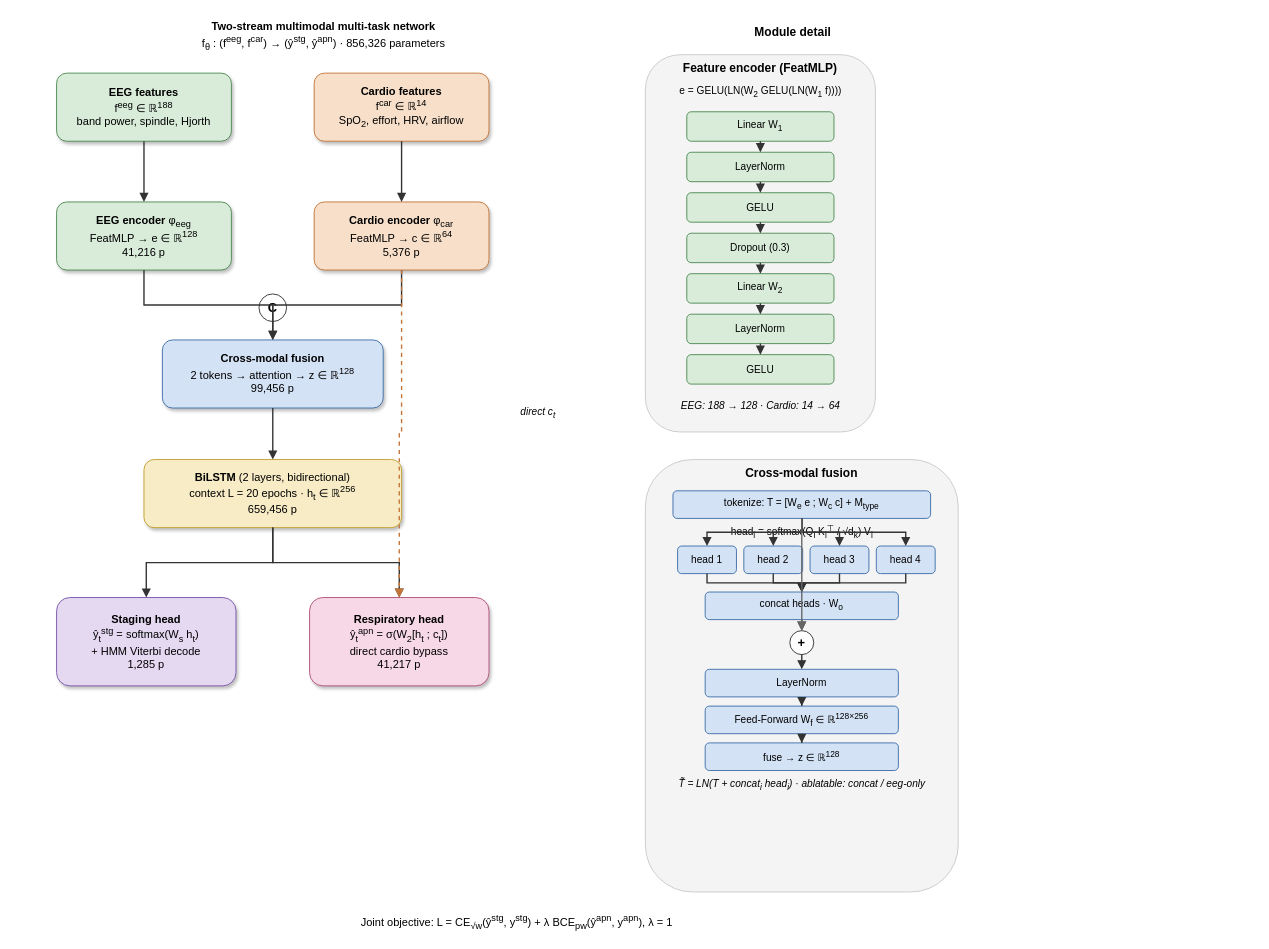
Before: MMNet_research/figures/mm_architecture.drawio in wshuv-o/isleeps-sleep-staging, a draw.io diagram. Source tidied: cells renumbered, new cells numbered last; positions are measured from the earlier drawing's top-left corner, leaving out a move shared by most shapes. Both pictures are drawn from the tidied source at 92%, with x=0, y=0 at pixel (38, 16).
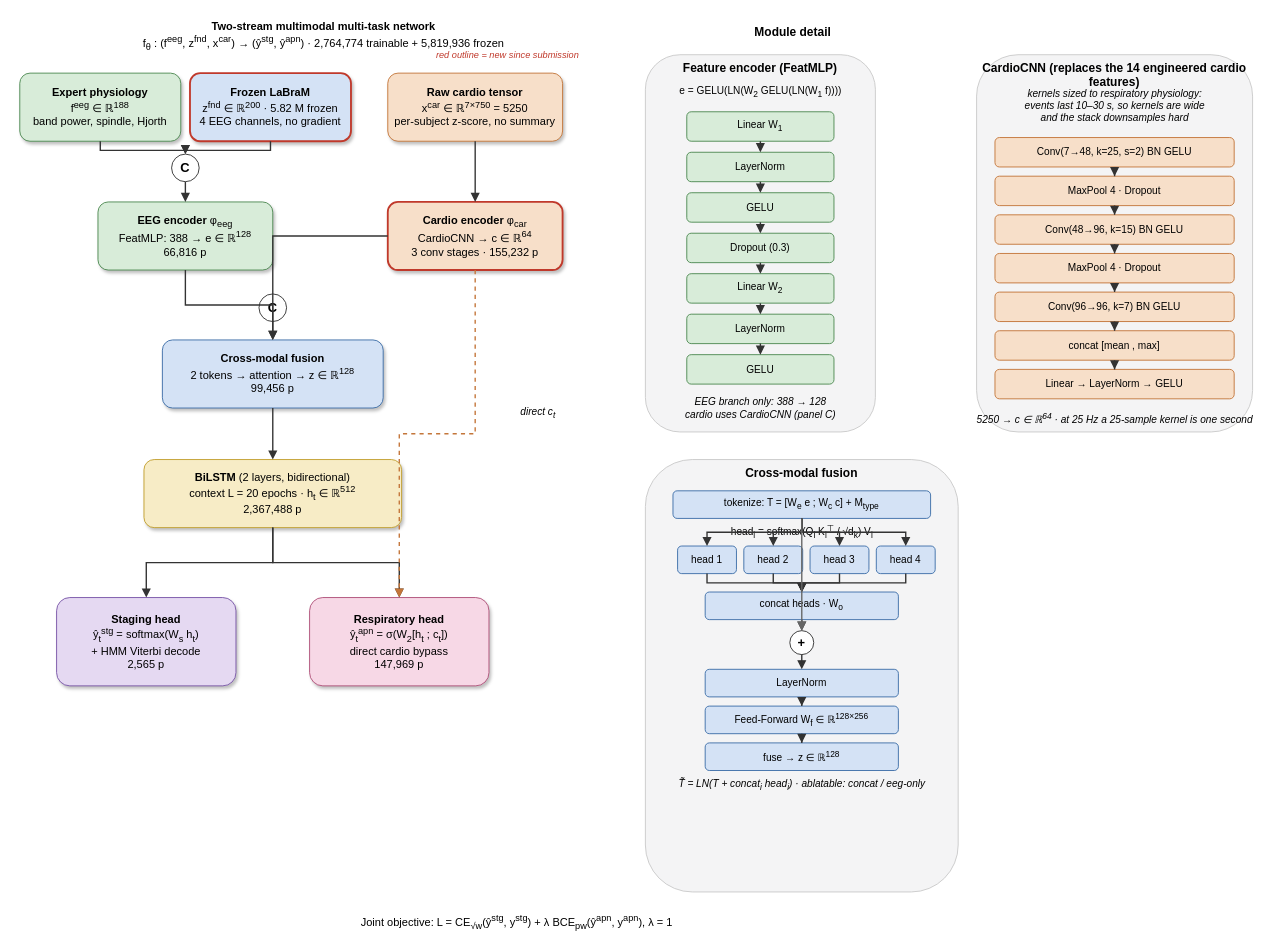
The same page after the edit.

Change to the diagram source:
```diff
@@
-    <mxCell id="2" value="&lt;b&gt;Two-stream multimodal multi-task network&lt;/b&gt;&lt;br&gt;f&lt;sub&gt;θ&lt;/sub&gt; : (f&lt;sup&gt;eeg&lt;/sup&gt;, f&lt;sup&gt;car&lt;/sup&gt;) → (ŷ&lt;sup&gt;stg&lt;/sup&gt;, ŷ&lt;sup&gt;apn&lt;/sup&gt;)   ·   856,326 parameters" style="text;html=1;align=center;verticalAlign=middle;fontSize=12;" parent="1" vertex="1">
+    <mxCell id="2" value="&lt;b&gt;Two-stream multimodal multi-task network&lt;/b&gt;&lt;br&gt;f&lt;sub&gt;θ&lt;/sub&gt; : (f&lt;sup&gt;eeg&lt;/sup&gt;, z&lt;sup&gt;fnd&lt;/sup&gt;, x&lt;sup&gt;car&lt;/sup&gt;) → (ŷ&lt;sup&gt;stg&lt;/sup&gt;, ŷ&lt;sup&gt;apn&lt;/sup&gt;)   ·   2,764,774 trainable + 5,819,936 frozen" style="text;html=1;align=center;verticalAlign=middle;fontSize=12;" parent="1" vertex="1">
       <mxGeometry width="620" height="44" as="geometry" />
     </mxCell>
+    <mxCell id="65" value="&lt;i&gt;&lt;font color=&quot;#C0392B&quot;&gt;red outline = new since submission&lt;/font&gt;&lt;/i&gt;" style="text;html=1;align=center;verticalAlign=middle;fontSize=10;" parent="1" vertex="1">
+      <mxGeometry x="380" y="32" width="260" height="20" as="geometry" />
+    </mxCell>
-    <mxCell id="3" value="&lt;b&gt;EEG features&lt;/b&gt;&lt;br&gt;f&lt;sup&gt;eeg&lt;/sup&gt; ∈ ℝ&lt;sup&gt;188&lt;/sup&gt;&lt;br&gt;band power, spindle, Hjorth" style="rounded=1;whiteSpace=wrap;html=1;fillColor=#D8ECD9;strokeColor=#4E8A52;fontSize=12;spacing=4;shadow=1;" parent="1" vertex="1">
-      <mxGeometry x="20" y="62" width="190" height="74" as="geometry" />
+    <mxCell id="3" value="&lt;b&gt;Expert physiology&lt;/b&gt;&lt;br&gt;f&lt;sup&gt;eeg&lt;/sup&gt; ∈ ℝ&lt;sup&gt;188&lt;/sup&gt;&lt;br&gt;band power, spindle, Hjorth" style="rounded=1;whiteSpace=wrap;html=1;fillColor=#D8ECD9;strokeColor=#4E8A52;fontSize=12;spacing=4;shadow=1;" parent="1" vertex="1">
+      <mxGeometry x="-20" y="62" width="175" height="74" as="geometry" />
     </mxCell>
+    <mxCell id="66" value="&lt;b&gt;Frozen LaBraM&lt;/b&gt;&lt;br&gt;z&lt;sup&gt;fnd&lt;/sup&gt; ∈ ℝ&lt;sup&gt;200&lt;/sup&gt; · 5.82 M frozen&lt;br&gt;4 EEG channels, no gradient" style="rounded=1;whiteSpace=wrap;html=1;fillColor=#D4E2F5;strokeColor=#C0392B;fontSize=12;spacing=4;shadow=1;strokeWidth=2;" parent="1" vertex="1">
+      <mxGeometry x="165" y="62" width="175" height="74" as="geometry" />
+    </mxCell>
-    <mxCell id="4" value="&lt;b&gt;Cardio features&lt;/b&gt;&lt;br&gt;f&lt;sup&gt;car&lt;/sup&gt; ∈ ℝ&lt;sup&gt;14&lt;/sup&gt;&lt;br&gt;SpO&lt;sub&gt;2&lt;/sub&gt;, effort, HRV, airflow" style="rounded=1;whiteSpace=wrap;html=1;fillColor=#F7DFC9;strokeColor=#C4763A;fontSize=12;spacing=4;shadow=1;" parent="1" vertex="1">
-      <mxGeometry x="300" y="62" width="190" height="74" as="geometry" />
+    <mxCell id="4" value="&lt;b&gt;Raw cardio tensor&lt;/b&gt;&lt;br&gt;x&lt;sup&gt;car&lt;/sup&gt; ∈ ℝ&lt;sup&gt;7×750&lt;/sup&gt; = 5250&lt;br&gt;per-subject z-score, no summary" style="rounded=1;whiteSpace=wrap;html=1;fillColor=#F7DFC9;strokeColor=#C4763A;fontSize=12;spacing=4;shadow=1;" parent="1" vertex="1">
+      <mxGeometry x="380" y="62" width="190" height="74" as="geometry" />
     </mxCell>
+    <mxCell id="67" value="C" style="ellipse;whiteSpace=wrap;html=1;fillColor=#FFFFFF;strokeColor=#333333;fontSize=14;fontStyle=1;" parent="1" vertex="1">
+      <mxGeometry x="145" y="150" width="30" height="30" as="geometry" />
+    </mxCell>
-    <mxCell id="5" value="&lt;b&gt;EEG encoder&lt;/b&gt;  φ&lt;sub&gt;eeg&lt;/sub&gt;&lt;br&gt;FeatMLP → e ∈ ℝ&lt;sup&gt;128&lt;/sup&gt;&lt;br&gt;41,216 p" style="rounded=1;whiteSpace=wrap;html=1;fillColor=#D8ECD9;strokeColor=#4E8A52;fontSize=12;spacing=4;shadow=1;" parent="1" vertex="1">
-      <mxGeometry x="20" y="202" width="190" height="74" as="geometry" />
+    <mxCell id="5" value="&lt;b&gt;EEG encoder&lt;/b&gt;  φ&lt;sub&gt;eeg&lt;/sub&gt;&lt;br&gt;FeatMLP: 388 → e ∈ ℝ&lt;sup&gt;128&lt;/sup&gt;&lt;br&gt;66,816 p" style="rounded=1;whiteSpace=wrap;html=1;fillColor=#D8ECD9;strokeColor=#4E8A52;fontSize=12;spacing=4;shadow=1;" parent="1" vertex="1">
+      <mxGeometry x="65" y="202" width="190" height="74" as="geometry" />
     </mxCell>
-    <mxCell id="6" value="&lt;b&gt;Cardio encoder&lt;/b&gt;  φ&lt;sub&gt;car&lt;/sub&gt;&lt;br&gt;FeatMLP → c ∈ ℝ&lt;sup&gt;64&lt;/sup&gt;&lt;br&gt;5,376 p" style="rounded=1;whiteSpace=wrap;html=1;fillColor=#F7DFC9;strokeColor=#C4763A;fontSize=12;spacing=4;shadow=1;" parent="1" vertex="1">
-      <mxGeometry x="300" y="202" width="190" height="74" as="geometry" />
+    <mxCell id="6" value="&lt;b&gt;Cardio encoder&lt;/b&gt;  φ&lt;sub&gt;car&lt;/sub&gt;&lt;br&gt;CardioCNN → c ∈ ℝ&lt;sup&gt;64&lt;/sup&gt;&lt;br&gt;3 conv stages · 155,232 p" style="rounded=1;whiteSpace=wrap;html=1;fillColor=#F7DFC9;strokeColor=#C0392B;fontSize=12;spacing=4;shadow=1;strokeWidth=2;" parent="1" vertex="1">
+      <mxGeometry x="380" y="202" width="190" height="74" as="geometry" />
     </mxCell>
@@
-    <mxCell id="9" value="&lt;b&gt;BiLSTM&lt;/b&gt;  (2 layers, bidirectional)&lt;br&gt;context L = 20 epochs · h&lt;sub&gt;t&lt;/sub&gt; ∈ ℝ&lt;sup&gt;256&lt;/sup&gt;&lt;br&gt;659,456 p" style="rounded=1;whiteSpace=wrap;html=1;fillColor=#F7ECC6;strokeColor=#C2A02F;fontSize=12;spacing=4;shadow=1;" parent="1" vertex="1">
+    <mxCell id="9" value="&lt;b&gt;BiLSTM&lt;/b&gt;  (2 layers, bidirectional)&lt;br&gt;context L = 20 epochs · h&lt;sub&gt;t&lt;/sub&gt; ∈ ℝ&lt;sup&gt;512&lt;/sup&gt;&lt;br&gt;2,367,488 p" style="rounded=1;whiteSpace=wrap;html=1;fillColor=#F7ECC6;strokeColor=#C2A02F;fontSize=12;spacing=4;shadow=1;" parent="1" vertex="1">
       <mxGeometry x="115" y="482" width="280" height="74" as="geometry" />
     </mxCell>
-    <mxCell id="10" value="&lt;b&gt;Staging head&lt;/b&gt;&lt;br&gt;ŷ&lt;sub&gt;t&lt;/sub&gt;&lt;sup&gt;stg&lt;/sup&gt; = softmax(W&lt;sub&gt;s&lt;/sub&gt; h&lt;sub&gt;t&lt;/sub&gt;)&lt;br&gt;+ HMM Viterbi decode&lt;br&gt;1,285 p" style="rounded=1;whiteSpace=wrap;html=1;fillColor=#E5D9F2;strokeColor=#7A57A8;fontSize=12;spacing=4;shadow=1;" parent="1" vertex="1">
+    <mxCell id="10" value="&lt;b&gt;Staging head&lt;/b&gt;&lt;br&gt;ŷ&lt;sub&gt;t&lt;/sub&gt;&lt;sup&gt;stg&lt;/sup&gt; = softmax(W&lt;sub&gt;s&lt;/sub&gt; h&lt;sub&gt;t&lt;/sub&gt;)&lt;br&gt;+ HMM Viterbi decode&lt;br&gt;2,565 p" style="rounded=1;whiteSpace=wrap;html=1;fillColor=#E5D9F2;strokeColor=#7A57A8;fontSize=12;spacing=4;shadow=1;" parent="1" vertex="1">
       <mxGeometry x="20" y="632" width="195" height="96" as="geometry" />
     </mxCell>
-    <mxCell id="11" value="&lt;b&gt;Respiratory head&lt;/b&gt;&lt;br&gt;ŷ&lt;sub&gt;t&lt;/sub&gt;&lt;sup&gt;apn&lt;/sup&gt; = σ(W&lt;sub&gt;2&lt;/sub&gt;[h&lt;sub&gt;t&lt;/sub&gt; ; c&lt;sub&gt;t&lt;/sub&gt;])&lt;br&gt;direct cardio bypass&lt;br&gt;41,217 p" style="rounded=1;whiteSpace=wrap;html=1;fillColor=#F7D8E6;strokeColor=#B0517A;fontSize=12;spacing=4;shadow=1;" parent="1" vertex="1">
+    <mxCell id="11" value="&lt;b&gt;Respiratory head&lt;/b&gt;&lt;br&gt;ŷ&lt;sub&gt;t&lt;/sub&gt;&lt;sup&gt;apn&lt;/sup&gt; = σ(W&lt;sub&gt;2&lt;/sub&gt;[h&lt;sub&gt;t&lt;/sub&gt; ; c&lt;sub&gt;t&lt;/sub&gt;])&lt;br&gt;direct cardio bypass&lt;br&gt;147,969 p" style="rounded=1;whiteSpace=wrap;html=1;fillColor=#F7D8E6;strokeColor=#B0517A;fontSize=12;spacing=4;shadow=1;" parent="1" vertex="1">
       <mxGeometry x="295" y="632" width="195" height="96" as="geometry" />
     </mxCell>
+    <mxCell id="68" style="edgeStyle=orthogonalEdgeStyle;rounded=0;html=1;endArrow=block;strokeColor=#333333;strokeWidth=1.5;" parent="1" edge="1" source="3" target="67">
+      <mxGeometry relative="1" as="geometry" />
+    </mxCell>
+    <mxCell id="69" style="edgeStyle=orthogonalEdgeStyle;rounded=0;html=1;endArrow=block;strokeColor=#333333;strokeWidth=1.5;" parent="1" edge="1" source="66" target="67">
+      <mxGeometry relative="1" as="geometry" />
+    </mxCell>
-    <mxCell id="12" style="edgeStyle=orthogonalEdgeStyle;rounded=0;html=1;endArrow=block;strokeColor=#333333;strokeWidth=1.5;" parent="1" edge="1" source="3" target="5">
+    <mxCell id="12" style="edgeStyle=orthogonalEdgeStyle;rounded=0;html=1;endArrow=block;strokeColor=#333333;strokeWidth=1.5;" parent="1" edge="1" source="67" target="5">
       <mxGeometry relative="1" as="geometry" />
     </mxCell>
@@
-    <mxCell id="37" value="&lt;i&gt;EEG: 188 → 128   ·   Cardio: 14 → 64&lt;/i&gt;" style="text;html=1;align=center;verticalAlign=middle;fontSize=11;" parent="1" vertex="1">
-      <mxGeometry x="670" y="414" width="230" height="20" as="geometry" />
+    <mxCell id="37" value="&lt;i&gt;EEG branch only: 388 → 128&lt;br&gt;cardio uses CardioCNN (panel C)&lt;/i&gt;" style="text;html=1;align=center;verticalAlign=middle;fontSize=11;" parent="1" vertex="1">
+      <mxGeometry x="670" y="410" width="230" height="32" as="geometry" />
     </mxCell>
@@
+    <mxCell id="70" value="CardioCNN  (replaces the 14 engineered cardio features)" style="rounded=1;whiteSpace=wrap;html=1;fillColor=#F4F4F5;strokeColor=#CACACA;verticalAlign=top;fontStyle=1;fontSize=13;" parent="1" vertex="1">
+      <mxGeometry x="1020" y="42" width="300" height="410" as="geometry" />
+    </mxCell>
+    <mxCell id="71" value="&lt;i&gt;kernels sized to respiratory physiology:&lt;br&gt;events last 10–30 s, so kernels are wide&lt;br&gt;and the stack downsamples hard&lt;/i&gt;" style="text;html=1;align=center;verticalAlign=middle;fontSize=11;" parent="1" vertex="1">
+      <mxGeometry x="1030" y="74" width="280" height="46" as="geometry" />
+    </mxCell>
+    <mxCell id="72" value="Conv(7→48, k=25, s=2)  BN  GELU" style="rounded=1;whiteSpace=wrap;html=1;fillColor=#F7DFC9;strokeColor=#C4763A;fontSize=11;spacing=3;" parent="1" vertex="1">
+      <mxGeometry x="1040" y="132" width="260" height="32" as="geometry" />
+    </mxCell>
+    <mxCell id="73" value="MaxPool 4  ·  Dropout" style="rounded=1;whiteSpace=wrap;html=1;fillColor=#F7DFC9;strokeColor=#C4763A;fontSize=11;spacing=3;" parent="1" vertex="1">
+      <mxGeometry x="1040" y="174" width="260" height="32" as="geometry" />
+    </mxCell>
+    <mxCell id="74" value="Conv(48→96, k=15)  BN  GELU" style="rounded=1;whiteSpace=wrap;html=1;fillColor=#F7DFC9;strokeColor=#C4763A;fontSize=11;spacing=3;" parent="1" vertex="1">
+      <mxGeometry x="1040" y="216" width="260" height="32" as="geometry" />
+    </mxCell>
+    <mxCell id="75" value="MaxPool 4  ·  Dropout" style="rounded=1;whiteSpace=wrap;html=1;fillColor=#F7DFC9;strokeColor=#C4763A;fontSize=11;spacing=3;" parent="1" vertex="1">
+      <mxGeometry x="1040" y="258" width="260" height="32" as="geometry" />
+    </mxCell>
+    <mxCell id="76" value="Conv(96→96, k=7)  BN  GELU" style="rounded=1;whiteSpace=wrap;html=1;fillColor=#F7DFC9;strokeColor=#C4763A;fontSize=11;spacing=3;" parent="1" vertex="1">
+      <mxGeometry x="1040" y="300" width="260" height="32" as="geometry" />
+    </mxCell>
+    <mxCell id="77" value="concat [mean , max]" style="rounded=1;whiteSpace=wrap;html=1;fillColor=#F7DFC9;strokeColor=#C4763A;fontSize=11;spacing=3;" parent="1" vertex="1">
+      <mxGeometry x="1040" y="342" width="260" height="32" as="geometry" />
+    </mxCell>
+    <mxCell id="78" value="Linear → LayerNorm → GELU" style="rounded=1;whiteSpace=wrap;html=1;fillColor=#F7DFC9;strokeColor=#C4763A;fontSize=11;spacing=3;" parent="1" vertex="1">
+      <mxGeometry x="1040" y="384" width="260" height="32" as="geometry" />
+    </mxCell>
+    <mxCell id="79" style="edgeStyle=orthogonalEdgeStyle;rounded=0;html=1;endArrow=block;strokeColor=#333333;strokeWidth=1.5;" parent="1" edge="1" source="72" target="73">
+      <mxGeometry relative="1" as="geometry" />
+    </mxCell>
+    <mxCell id="80" style="edgeStyle=orthogonalEdgeStyle;rounded=0;html=1;endArrow=block;strokeColor=#333333;strokeWidth=1.5;" parent="1" edge="1" source="73" target="74">
+      <mxGeometry relative="1" as="geometry" />
+    </mxCell>
+    <mxCell id="81" style="edgeStyle=orthogonalEdgeStyle;rounded=0;html=1;endArrow=block;strokeColor=#333333;strokeWidth=1.5;" parent="1" edge="1" source="74" target="75">
+      <mxGeometry relative="1" as="geometry" />
+    </mxCell>
+    <mxCell id="82" style="edgeStyle=orthogonalEdgeStyle;rounded=0;html=1;endArrow=block;strokeColor=#333333;strokeWidth=1.5;" parent="1" edge="1" source="75" target="76">
+      <mxGeometry relative="1" as="geometry" />
+    </mxCell>
+    <mxCell id="83" style="edgeStyle=orthogonalEdgeStyle;rounded=0;html=1;endArrow=block;strokeColor=#333333;strokeWidth=1.5;" parent="1" edge="1" source="76" target="77">
+      <mxGeometry relative="1" as="geometry" />
+    </mxCell>
+    <mxCell id="84" style="edgeStyle=orthogonalEdgeStyle;rounded=0;html=1;endArrow=block;strokeColor=#333333;strokeWidth=1.5;" parent="1" edge="1" source="77" target="78">
+      <mxGeometry relative="1" as="geometry" />
+    </mxCell>
+    <mxCell id="85" value="&lt;i&gt;5250 → c ∈ ℝ&lt;sup&gt;64&lt;/sup&gt;  ·  at 25 Hz a 25-sample kernel is one second&lt;/i&gt;" style="text;html=1;align=center;verticalAlign=middle;fontSize=11;" parent="1" vertex="1">
+      <mxGeometry x="1030" y="428" width="280" height="20" as="geometry" />
+    </mxCell>
```
